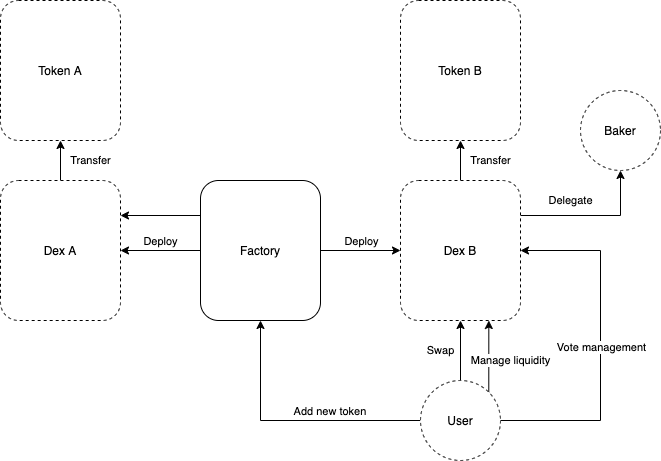
Before: Architecture.png, a diagram exported from draw.io (madfish-solutions/quipuswap-core). Source tidied: cells renumbered, new cells last; positions are measured from the earlier drawing's top-left corner, leaving out a move shared by most shapes.
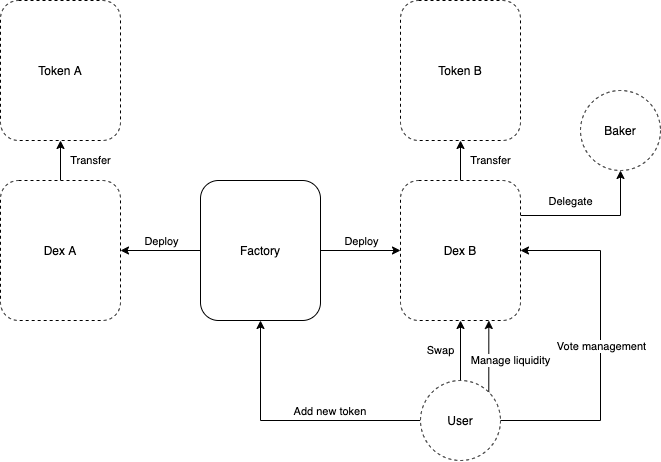
The same file after the commit.

What changed in the source:
```diff
@@ -75,8 +75,5 @@
     <mxCell id="21" value="Baker" style="ellipse;whiteSpace=wrap;html=1;dashed=1;" parent="1" vertex="1">
       <mxGeometry x="580" y="90" width="80" height="80" as="geometry" />
     </mxCell>
-    <mxCell id="22" value="&lt;span style=&quot;color: rgba(0 , 0 , 0 , 0) ; font-family: monospace ; font-size: 0px ; background-color: rgb(248 , 249 , 250)&quot;&gt;%3CmxGraphModel%3E%3Croot%3E%3CmxCell%20id%3D%220%22%2F%3E%3CmxCell%20id%3D%221%22%20parent%3D%220%22%2F%3E%3CmxCell%20id%3D%222%22%20value%3D%22%26amp%3Bnbsp%3BSwap%26amp%3Bnbsp%3Btoken%20to%20token%22%20style%3D%22edgeStyle%3DorthogonalEdgeStyle%3Brounded%3D0%3BorthogonalLoop%3D1%3BjettySize%3Dauto%3Bhtml%3D1%3BexitX%3D0%3BexitY%3D0.25%3BexitDx%3D0%3BexitDy%3D0%3BentryX%3D1%3BentryY%3D0.25%3BentryDx%3D0%3BentryDy%3D0%3B%22%20edge%3D%221%22%20parent%3D%221%22%3E%3CmxGeometry%20y%3D%22-15%22%20relative%3D%221%22%20as%3D%22geometry%22%3E%3CmxPoint%20x%3D%22520%22%20y%3D%22195.00000000000023%22%20as%3D%22sourcePoint%22%2F%3E%3CmxPoint%20x%3D%22440%22%20y%3D%22195.00000000000023%22%20as%3D%22targetPoint%22%2F%3E%3CmxPoint%20as%3D%22offset%22%2F%3E%3C%2FmxGeometry%3E%3C%2FmxCell%3E%3C%2Froot%3E%3C%2FmxGraphModel%3ES&lt;/span&gt;" style="edgeStyle=orthogonalEdgeStyle;rounded=0;jettySize=auto;html=1;exitX=0;exitY=0.25;exitDx=0;exitDy=0;entryX=1;entryY=0.25;entryDx=0;entryDy=0;" parent="1" edge="1" source="8" target="3">
-      <mxGeometry relative="1" as="geometry" />
-    </mxCell>
   </root>
 </mxGraphModel>
```
